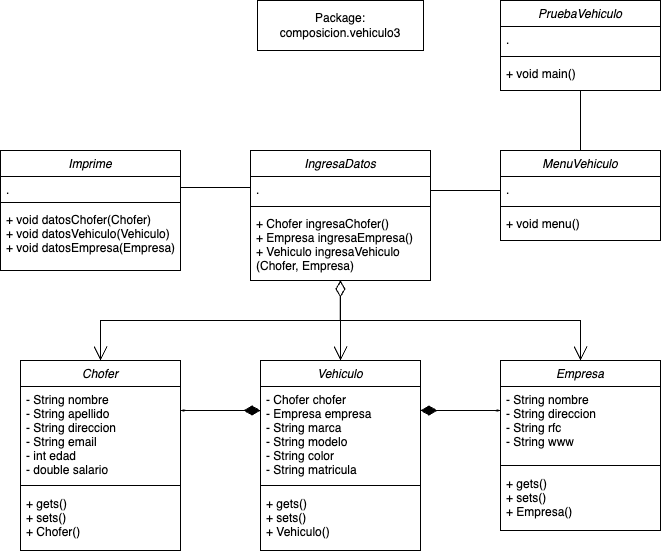
lualcu/Coding keeps this draw.io diagram as OOP_C_2025/src/composicion/Diagramas/vehiculo3.png. Above is the earlier version. Source tidied: cells renumbered, new cells last; positions are measured from the earlier drawing's top-left corner, leaving out a move shared by most shapes. Source of this version:
```xml
<mxGraphModel>
  <root>
    <mxCell id="0" />
    <mxCell id="1" parent="0" />
    <mxCell id="2" value="PruebaVehiculo" style="swimlane;fontStyle=2;align=center;verticalAlign=top;horizontal=1;startSize=26;rounded=0;shadow=0;strokeWidth=1;" parent="1" vertex="1">
      <mxGeometry x="500" width="160" height="90" as="geometry" />
    </mxCell>
    <mxCell id="3" value="." style="text;align=left;verticalAlign=top;spacingLeft=4;spacingRight=4;overflow=hidden;rounded=0;shadow=0;html=0;" parent="2" vertex="1">
      <mxGeometry y="26" width="160" height="26" as="geometry" />
    </mxCell>
    <mxCell id="4" style="line;html=1;strokeWidth=1;align=left;verticalAlign=middle;spacingTop=-1;spacingLeft=3;spacingRight=3;labelPosition=right;" parent="2" vertex="1">
      <mxGeometry y="52" width="160" height="8" as="geometry" />
    </mxCell>
    <mxCell id="5" value="+ void main()" style="text;align=left;verticalAlign=top;spacingLeft=4;spacingRight=4;overflow=hidden;" parent="2" vertex="1">
      <mxGeometry y="60" width="160" height="26" as="geometry" />
    </mxCell>
    <mxCell id="6" value="Vehiculo" style="swimlane;fontStyle=2;align=center;verticalAlign=top;horizontal=1;startSize=26;rounded=0;shadow=0;strokeWidth=1;" parent="1" vertex="1">
      <mxGeometry x="260" y="360" width="160" height="190" as="geometry" />
    </mxCell>
    <mxCell id="7" value="- Chofer chofer &#10;- Empresa empresa&#10;- String marca&#10;- String modelo&#10;- String color&#10;- String matricula" style="text;align=left;verticalAlign=top;spacingLeft=4;spacingRight=4;overflow=hidden;rounded=0;shadow=0;html=0;" parent="6" vertex="1">
      <mxGeometry y="26" width="160" height="94" as="geometry" />
    </mxCell>
    <mxCell id="8" style="line;html=1;strokeWidth=1;align=left;verticalAlign=middle;spacingTop=-1;spacingLeft=3;spacingRight=3;labelPosition=right;" parent="6" vertex="1">
      <mxGeometry y="120" width="160" height="10" as="geometry" />
    </mxCell>
    <mxCell id="9" value="+ gets()&#10;+ sets()&#10;+ Vehiculo()" style="text;align=left;verticalAlign=top;spacingLeft=4;spacingRight=4;overflow=hidden;" parent="6" vertex="1">
      <mxGeometry y="130" width="160" height="60" as="geometry" />
    </mxCell>
    <mxCell id="10" value="Package:&lt;div&gt;composicion.vehiculo3&lt;/div&gt;" style="html=1;whiteSpace=wrap;" parent="1" vertex="1">
      <mxGeometry x="257" width="166" height="50" as="geometry" />
    </mxCell>
    <mxCell id="11" value="Empresa" style="swimlane;fontStyle=2;align=center;verticalAlign=top;horizontal=1;startSize=26;rounded=0;shadow=0;strokeWidth=1;strokeColor=default;fontFamily=Helvetica;fontSize=12;fontColor=default;fillColor=default;" parent="1" vertex="1">
      <mxGeometry x="500" y="360" width="160" height="170" as="geometry" />
    </mxCell>
    <mxCell id="12" value="- String nombre&#10;- String direccion&#10;- String rfc&#10;- String www" style="text;align=left;verticalAlign=top;spacingLeft=4;spacingRight=4;overflow=hidden;rounded=0;shadow=0;html=0;fontFamily=Helvetica;fontSize=12;fontColor=default;fontStyle=0;" parent="11" vertex="1">
      <mxGeometry y="26" width="160" height="74" as="geometry" />
    </mxCell>
    <mxCell id="13" style="line;html=1;strokeWidth=1;align=center;verticalAlign=top;spacingTop=-1;spacingLeft=3;spacingRight=3;labelPosition=right;rounded=0;shadow=0;strokeColor=default;fontFamily=Helvetica;fontSize=12;fontColor=default;fontStyle=2;fillColor=default;" parent="11" vertex="1">
      <mxGeometry y="100" width="160" height="10" as="geometry" />
    </mxCell>
    <mxCell id="14" value="+ gets()&#10;+ sets()&#10;+ Empresa()" style="text;align=left;verticalAlign=top;spacingLeft=4;spacingRight=4;overflow=hidden;fontFamily=Helvetica;fontSize=12;fontColor=default;fontStyle=0;" parent="11" vertex="1">
      <mxGeometry y="110" width="160" height="60" as="geometry" />
    </mxCell>
    <mxCell id="15" value="Chofer" style="swimlane;fontStyle=2;align=center;verticalAlign=top;horizontal=1;startSize=26;rounded=0;shadow=0;strokeWidth=1;strokeColor=default;fontFamily=Helvetica;fontSize=12;fontColor=default;fillColor=default;" parent="1" vertex="1">
      <mxGeometry x="20" y="360" width="160" height="190" as="geometry" />
    </mxCell>
    <mxCell id="16" value="- String nombre&#10;- String apellido&#10;- String direccion&#10;- String email&#10;- int edad&#10;- double salario&#10;" style="text;align=left;verticalAlign=top;spacingLeft=4;spacingRight=4;overflow=hidden;rounded=0;shadow=0;html=0;fontFamily=Helvetica;fontSize=12;fontColor=default;fontStyle=0;" parent="15" vertex="1">
      <mxGeometry y="26" width="160" height="94" as="geometry" />
    </mxCell>
    <mxCell id="17" style="line;html=1;strokeWidth=1;align=center;verticalAlign=top;spacingTop=-1;spacingLeft=3;spacingRight=3;labelPosition=right;rounded=0;shadow=0;strokeColor=default;fontFamily=Helvetica;fontSize=12;fontColor=default;fontStyle=2;fillColor=default;" parent="15" vertex="1">
      <mxGeometry y="120" width="160" height="10" as="geometry" />
    </mxCell>
    <mxCell id="18" value="+ gets()&#10;+ sets()&#10;+ Chofer()" style="text;align=left;verticalAlign=top;spacingLeft=4;spacingRight=4;overflow=hidden;fontFamily=Helvetica;fontSize=12;fontColor=default;fontStyle=0;" parent="15" vertex="1">
      <mxGeometry y="130" width="160" height="60" as="geometry" />
    </mxCell>
    <mxCell id="19" value="Imprime" style="swimlane;fontStyle=2;align=center;verticalAlign=top;horizontal=1;startSize=26;rounded=0;shadow=0;strokeWidth=1;" parent="1" vertex="1">
      <mxGeometry y="150" width="180" height="120" as="geometry" />
    </mxCell>
    <mxCell id="20" value="." style="text;align=left;verticalAlign=top;spacingLeft=4;spacingRight=4;overflow=hidden;points=[[0,0.5],[1,0.5]];portConstraint=eastwest;rounded=0;shadow=0;html=0;" parent="19" vertex="1">
      <mxGeometry y="26" width="180" height="22" as="geometry" />
    </mxCell>
    <mxCell id="21" style="line;html=1;strokeWidth=1;align=left;verticalAlign=middle;spacingTop=-1;spacingLeft=3;spacingRight=3;labelPosition=right;" parent="19" vertex="1">
      <mxGeometry y="48" width="180" height="8" as="geometry" />
    </mxCell>
    <mxCell id="22" value="+ void datosChofer(Chofer)&#10;+ void datosVehiculo(Vehiculo)&#10;+ void datosEmpresa(Empresa)" style="text;align=left;verticalAlign=top;spacingLeft=4;spacingRight=4;overflow=hidden;" parent="19" vertex="1">
      <mxGeometry y="56" width="180" height="60" as="geometry" />
    </mxCell>
    <mxCell id="23" style="endArrow=open;html=1;endSize=12;startArrow=diamondThin;startSize=14;startFill=1;edgeStyle=orthogonalEdgeStyle;align=left;verticalAlign=bottom;rounded=0;" parent="1" edge="1">
      <mxGeometry x="-1" y="3" relative="1" as="geometry">
        <mxPoint x="420" y="410" as="sourcePoint" />
        <mxPoint x="500" y="410" as="targetPoint" />
      </mxGeometry>
    </mxCell>
    <mxCell id="24" style="rounded=0;whiteSpace=wrap;html=1;strokeColor=none;" parent="1" vertex="1">
      <mxGeometry x="459" y="400" width="39" height="9" as="geometry" />
    </mxCell>
    <mxCell id="25" style="rounded=0;whiteSpace=wrap;html=1;strokeColor=none;" parent="1" vertex="1">
      <mxGeometry x="460" y="411" width="39" height="9" as="geometry" />
    </mxCell>
    <mxCell id="26" style="group;rotation=-180;" parent="1" vertex="1">
      <mxGeometry x="180" y="400" width="80" height="20" as="geometry" />
    </mxCell>
    <mxCell id="27" style="endArrow=open;html=1;endSize=12;startArrow=diamondThin;startSize=14;startFill=1;edgeStyle=orthogonalEdgeStyle;align=left;verticalAlign=bottom;rounded=0;" parent="26" edge="1">
      <mxGeometry x="-1" y="3" relative="1" as="geometry">
        <mxPoint x="80" y="10" as="sourcePoint" />
        <mxPoint y="10" as="targetPoint" />
      </mxGeometry>
    </mxCell>
    <mxCell id="28" style="rounded=0;whiteSpace=wrap;html=1;strokeColor=none;rotation=-180;" parent="26" vertex="1">
      <mxGeometry x="2" y="11" width="39" height="9" as="geometry" />
    </mxCell>
    <mxCell id="29" style="rounded=0;whiteSpace=wrap;html=1;strokeColor=none;rotation=-180;" parent="26" vertex="1">
      <mxGeometry x="1" width="39" height="9" as="geometry" />
    </mxCell>
    <mxCell id="30" value="IngresaDatos" style="swimlane;fontStyle=2;align=center;verticalAlign=top;horizontal=1;startSize=26;rounded=0;shadow=0;strokeWidth=1;" parent="1" vertex="1">
      <mxGeometry x="250" y="150" width="180" height="130" as="geometry" />
    </mxCell>
    <mxCell id="31" value="." style="text;align=left;verticalAlign=top;spacingLeft=4;spacingRight=4;overflow=hidden;points=[[0,0.5],[1,0.5]];portConstraint=eastwest;rounded=0;shadow=0;html=0;" parent="30" vertex="1">
      <mxGeometry y="26" width="180" height="26" as="geometry" />
    </mxCell>
    <mxCell id="32" style="line;html=1;strokeWidth=1;align=left;verticalAlign=middle;spacingTop=-1;spacingLeft=3;spacingRight=3;labelPosition=right;" parent="30" vertex="1">
      <mxGeometry y="52" width="180" height="8" as="geometry" />
    </mxCell>
    <mxCell id="33" value="+ Chofer ingresaChofer()&#10;+ Empresa ingresaEmpresa()&#10;+ Vehiculo ingresaVehiculo&#10;(Chofer, Empresa)&#10;&#10;" style="text;align=left;verticalAlign=top;spacingLeft=4;spacingRight=4;overflow=hidden;points=[[0,0.5],[1,0.5]];portConstraint=eastwest;" parent="30" vertex="1">
      <mxGeometry y="60" width="180" height="70" as="geometry" />
    </mxCell>
    <mxCell id="34" value="MenuVehiculo" style="swimlane;fontStyle=2;align=center;verticalAlign=top;horizontal=1;startSize=26;rounded=0;shadow=0;strokeWidth=1;" parent="1" vertex="1">
      <mxGeometry x="500" y="150" width="160" height="90" as="geometry" />
    </mxCell>
    <mxCell id="35" value="." style="text;align=left;verticalAlign=top;spacingLeft=4;spacingRight=4;overflow=hidden;rounded=0;shadow=0;html=0;" parent="34" vertex="1">
      <mxGeometry y="26" width="160" height="26" as="geometry" />
    </mxCell>
    <mxCell id="36" style="line;html=1;strokeWidth=1;align=left;verticalAlign=middle;spacingTop=-1;spacingLeft=3;spacingRight=3;labelPosition=right;" parent="34" vertex="1">
      <mxGeometry y="52" width="160" height="8" as="geometry" />
    </mxCell>
    <mxCell id="37" value="+ void menu()" style="text;align=left;verticalAlign=top;spacingLeft=4;spacingRight=4;overflow=hidden;" parent="34" vertex="1">
      <mxGeometry y="60" width="160" height="26" as="geometry" />
    </mxCell>
    <mxCell id="38" style="endArrow=open;html=1;endSize=12;startArrow=diamondThin;startSize=14;startFill=0;edgeStyle=orthogonalEdgeStyle;align=left;verticalAlign=bottom;rounded=0;entryX=0.5;entryY=0;entryDx=0;entryDy=0;exitX=0.5;exitY=1;exitDx=0;exitDy=0;exitPerimeter=0;" parent="1" edge="1" source="33" target="6">
      <mxGeometry x="-1" y="3" relative="1" as="geometry" />
    </mxCell>
    <mxCell id="39" style="endArrow=none;html=1;edgeStyle=orthogonalEdgeStyle;rounded=0;exitX=1;exitY=0.5;exitDx=0;exitDy=0;entryX=0;entryY=0.423;entryDx=0;entryDy=0;entryPerimeter=0;" parent="1" edge="1" source="20" target="31">
      <mxGeometry relative="1" as="geometry" />
    </mxCell>
    <mxCell id="40" style="endArrow=none;html=1;edgeStyle=orthogonalEdgeStyle;rounded=0;exitX=1;exitY=0.5;exitDx=0;exitDy=0;entryX=0;entryY=0.423;entryDx=0;entryDy=0;entryPerimeter=0;" parent="1" edge="1">
      <mxGeometry relative="1" as="geometry">
        <mxPoint x="430" y="190" as="sourcePoint" />
        <mxPoint x="500" y="190" as="targetPoint" />
      </mxGeometry>
    </mxCell>
    <mxCell id="41" style="endArrow=none;html=1;edgeStyle=orthogonalEdgeStyle;rounded=0;exitX=0.5;exitY=1;exitDx=0;exitDy=0;entryX=0.5;entryY=0;entryDx=0;entryDy=0;" parent="1" edge="1" source="2" target="34">
      <mxGeometry relative="1" as="geometry" />
    </mxCell>
    <mxCell id="42" style="endArrow=open;html=1;endSize=12;startArrow=diamondThin;startSize=14;startFill=0;edgeStyle=orthogonalEdgeStyle;align=left;verticalAlign=bottom;rounded=0;exitX=0.5;exitY=1;exitDx=0;exitDy=0;exitPerimeter=0;entryX=0.5;entryY=0;entryDx=0;entryDy=0;" parent="1" edge="1" target="15">
      <mxGeometry x="-1" y="3" relative="1" as="geometry">
        <mxPoint x="339.9" y="280" as="sourcePoint" />
        <Array as="points">
          <mxPoint x="340" y="320" />
          <mxPoint x="100" y="320" />
        </Array>
      </mxGeometry>
    </mxCell>
    <mxCell id="43" style="endArrow=open;html=1;endSize=12;startArrow=diamondThin;startSize=14;startFill=0;edgeStyle=orthogonalEdgeStyle;align=left;verticalAlign=bottom;rounded=0;exitX=0.5;exitY=1;exitDx=0;exitDy=0;exitPerimeter=0;entryX=0.5;entryY=0;entryDx=0;entryDy=0;" parent="1" edge="1" target="11">
      <mxGeometry x="-1" y="3" relative="1" as="geometry">
        <mxPoint x="339.9" y="280" as="sourcePoint" />
        <Array as="points">
          <mxPoint x="340" y="320" />
          <mxPoint x="580" y="320" />
        </Array>
      </mxGeometry>
    </mxCell>
  </root>
</mxGraphModel>
```
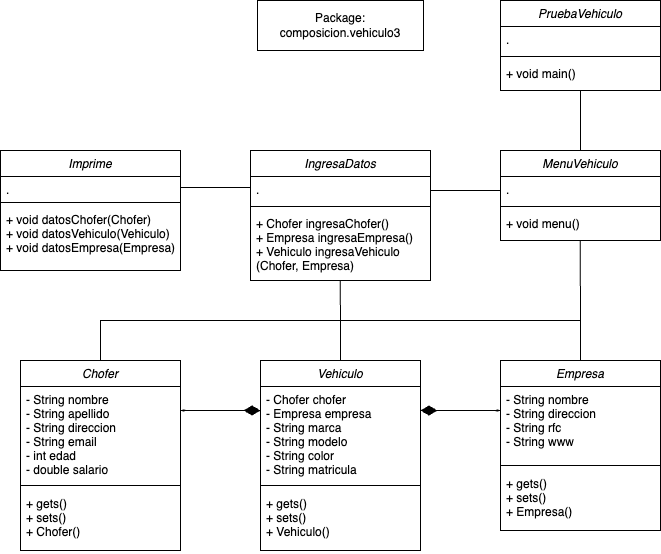
Above is the later version.

Change to the diagram source:
```diff
@@ -116,9 +116,6 @@
     <mxCell id="37" value="+ void menu()" style="text;align=left;verticalAlign=top;spacingLeft=4;spacingRight=4;overflow=hidden;" parent="34" vertex="1">
       <mxGeometry y="60" width="160" height="26" as="geometry" />
     </mxCell>
-    <mxCell id="38" style="endArrow=open;html=1;endSize=12;startArrow=diamondThin;startSize=14;startFill=0;edgeStyle=orthogonalEdgeStyle;align=left;verticalAlign=bottom;rounded=0;entryX=0.5;entryY=0;entryDx=0;entryDy=0;exitX=0.5;exitY=1;exitDx=0;exitDy=0;exitPerimeter=0;" parent="1" edge="1" source="33" target="6">
-      <mxGeometry x="-1" y="3" relative="1" as="geometry" />
-    </mxCell>
     <mxCell id="39" style="endArrow=none;html=1;edgeStyle=orthogonalEdgeStyle;rounded=0;exitX=1;exitY=0.5;exitDx=0;exitDy=0;entryX=0;entryY=0.423;entryDx=0;entryDy=0;entryPerimeter=0;" parent="1" edge="1" source="20" target="31">
       <mxGeometry relative="1" as="geometry" />
     </mxCell>
@@ -131,23 +128,23 @@
     <mxCell id="41" style="endArrow=none;html=1;edgeStyle=orthogonalEdgeStyle;rounded=0;exitX=0.5;exitY=1;exitDx=0;exitDy=0;entryX=0.5;entryY=0;entryDx=0;entryDy=0;" parent="1" edge="1" source="2" target="34">
       <mxGeometry relative="1" as="geometry" />
     </mxCell>
-    <mxCell id="42" style="endArrow=open;html=1;endSize=12;startArrow=diamondThin;startSize=14;startFill=0;edgeStyle=orthogonalEdgeStyle;align=left;verticalAlign=bottom;rounded=0;exitX=0.5;exitY=1;exitDx=0;exitDy=0;exitPerimeter=0;entryX=0.5;entryY=0;entryDx=0;entryDy=0;" parent="1" edge="1" target="15">
-      <mxGeometry x="-1" y="3" relative="1" as="geometry">
-        <mxPoint x="339.9" y="280" as="sourcePoint" />
-        <Array as="points">
-          <mxPoint x="340" y="320" />
-          <mxPoint x="100" y="320" />
-        </Array>
-      </mxGeometry>
-    </mxCell>
-    <mxCell id="43" style="endArrow=open;html=1;endSize=12;startArrow=diamondThin;startSize=14;startFill=0;edgeStyle=orthogonalEdgeStyle;align=left;verticalAlign=bottom;rounded=0;exitX=0.5;exitY=1;exitDx=0;exitDy=0;exitPerimeter=0;entryX=0.5;entryY=0;entryDx=0;entryDy=0;" parent="1" edge="1" target="11">
-      <mxGeometry x="-1" y="3" relative="1" as="geometry">
-        <mxPoint x="339.9" y="280" as="sourcePoint" />
-        <Array as="points">
-          <mxPoint x="340" y="320" />
-          <mxPoint x="580" y="320" />
-        </Array>
-      </mxGeometry>
-    </mxCell>
+    <mxCell id="44" style="endArrow=none;html=1;rounded=0;exitX=0.5;exitY=0;exitDx=0;exitDy=0;entryX=0.499;entryY=1.004;entryDx=0;entryDy=0;entryPerimeter=0;" parent="1" edge="1" source="6" target="33">
+      <mxGeometry relative="1" as="geometry" />
+    </mxCell>
+    <mxCell id="45" style="endArrow=none;html=1;rounded=0;entryX=0.5;entryY=0;entryDx=0;entryDy=0;exitX=0.5;exitY=0;exitDx=0;exitDy=0;" parent="1" edge="1" source="15" target="11">
+      <mxGeometry relative="1" as="geometry">
+        <Array as="points">
+          <mxPoint x="100" y="320" />
+          <mxPoint x="340" y="320" />
+          <mxPoint x="580" y="320" />
+        </Array>
+      </mxGeometry>
+    </mxCell>
+    <mxCell id="46" style="endArrow=none;html=1;rounded=0;entryX=0.499;entryY=1.004;entryDx=0;entryDy=0;entryPerimeter=0;" parent="1" edge="1">
+      <mxGeometry relative="1" as="geometry">
+        <mxPoint x="580" y="320" as="sourcePoint" />
+        <mxPoint x="579.7" y="240" as="targetPoint" />
+      </mxGeometry>
+    </mxCell>
   </root>
 </mxGraphModel>
```
